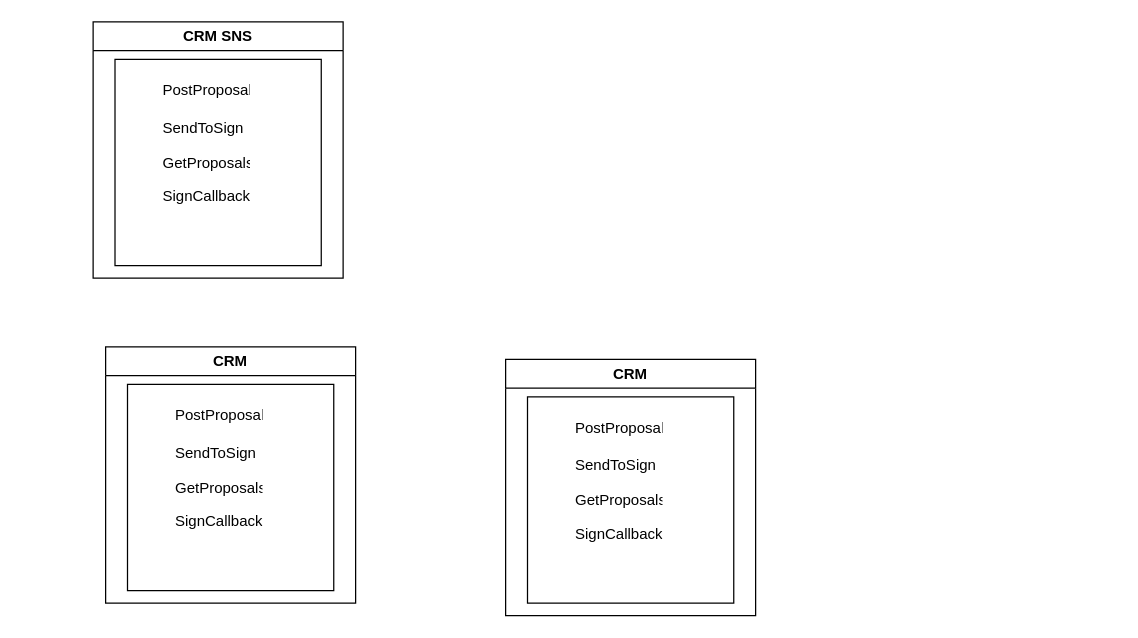
Earlier version of the draw.io diagram page "Architecture" (2 of 2) of CRM&Sign Project.drawio (ricodealma/dotnet-crm). Source tidied: cells renumbered, new cells numbered last; positions are measured from the earlier drawing's top-left corner, leaving out a move shared by most shapes. Both pictures are drawn from the tidied source at 125%, with x=0, y=0 at pixel (92, 21).
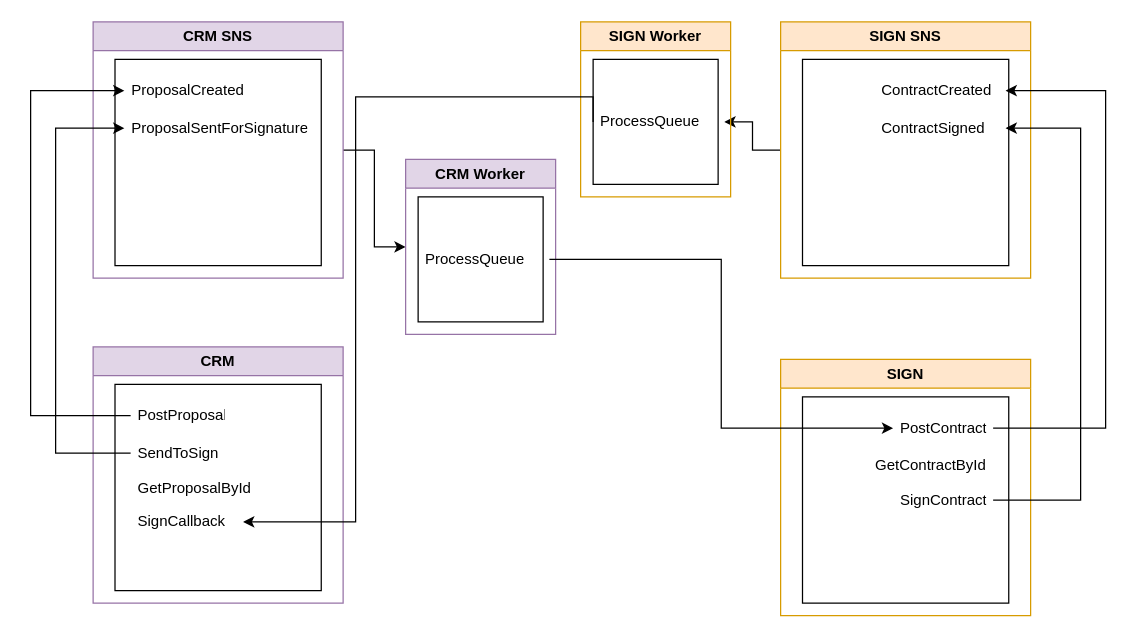
The same diagram, later.

Diff of the diagram source:
```diff
@@
-    <mxCell id="2" value="CRM" style="swimlane;whiteSpace=wrap;html=1;" parent="1" vertex="1">
-      <mxGeometry x="10" y="260" width="200" height="205" as="geometry" />
+    <mxCell id="2" value="CRM" style="swimlane;whiteSpace=wrap;html=1;fillColor=#e1d5e7;strokeColor=#9673a6;" parent="1" vertex="1">
+      <mxGeometry y="260" width="200" height="205" as="geometry" />
     </mxCell>
@@
     <mxCell id="4" value="PostProposal" style="text;strokeColor=none;fillColor=none;align=left;verticalAlign=middle;spacingLeft=4;spacingRight=4;overflow=hidden;points=[[0,0.5],[1,0.5]];portConstraint=eastwest;whiteSpace=wrap;html=1;" parent="2" vertex="1">
-      <mxGeometry x="50" y="40" width="80" height="30" as="geometry" />
+      <mxGeometry x="30" y="40" width="80" height="30" as="geometry" />
     </mxCell>
     <mxCell id="5" value="SendToSign" style="text;strokeColor=none;fillColor=none;align=left;verticalAlign=middle;spacingLeft=4;spacingRight=4;overflow=hidden;points=[[0,0.5],[1,0.5]];portConstraint=eastwest;whiteSpace=wrap;html=1;" parent="2" vertex="1">
-      <mxGeometry x="50" y="70" width="80" height="30" as="geometry" />
+      <mxGeometry x="30" y="70" width="80" height="30" as="geometry" />
     </mxCell>
-    <mxCell id="6" value="GetProposals" style="text;strokeColor=none;fillColor=none;align=left;verticalAlign=middle;spacingLeft=4;spacingRight=4;overflow=hidden;whiteSpace=wrap;html=1;" parent="2" vertex="1">
-      <mxGeometry x="50" y="98" width="80" height="30" as="geometry" />
+    <mxCell id="6" value="GetProposalById" style="text;strokeColor=none;fillColor=none;align=left;verticalAlign=middle;spacingLeft=4;spacingRight=4;overflow=hidden;whiteSpace=wrap;html=1;" parent="2" vertex="1">
+      <mxGeometry x="30" y="97.5" width="100" height="30" as="geometry" />
     </mxCell>
     <mxCell id="7" value="SignCallback" style="text;strokeColor=none;fillColor=none;align=left;verticalAlign=middle;spacingLeft=4;spacingRight=4;overflow=hidden;points=[[0,0.5],[1,0.5]];portConstraint=eastwest;whiteSpace=wrap;html=1;" parent="2" vertex="1">
-      <mxGeometry x="50" y="125" width="80" height="30" as="geometry" />
+      <mxGeometry x="30" y="125" width="90" height="30" as="geometry" />
     </mxCell>
-    <mxCell id="8" value="CRM" style="swimlane;whiteSpace=wrap;html=1;" parent="1" vertex="1">
-      <mxGeometry x="330" y="270" width="200" height="205" as="geometry" />
+    <mxCell id="8" value="SIGN" style="swimlane;whiteSpace=wrap;html=1;fillColor=#ffe6cc;strokeColor=#d79b00;" parent="1" vertex="1">
+      <mxGeometry x="550" y="270" width="200" height="205" as="geometry" />
     </mxCell>
@@
-    <mxCell id="10" value="PostProposal" style="text;strokeColor=none;fillColor=none;align=left;verticalAlign=middle;spacingLeft=4;spacingRight=4;overflow=hidden;points=[[0,0.5],[1,0.5]];portConstraint=eastwest;whiteSpace=wrap;html=1;" parent="8" vertex="1">
-      <mxGeometry x="50" y="40" width="80" height="30" as="geometry" />
+    <mxCell id="10" value="PostContract" style="text;strokeColor=none;fillColor=none;align=left;verticalAlign=middle;spacingLeft=4;spacingRight=4;overflow=hidden;points=[[0,0.5],[1,0.5]];portConstraint=eastwest;whiteSpace=wrap;html=1;" parent="8" vertex="1">
+      <mxGeometry x="90" y="40" width="80" height="30" as="geometry" />
     </mxCell>
-    <mxCell id="11" value="SendToSign" style="text;strokeColor=none;fillColor=none;align=left;verticalAlign=middle;spacingLeft=4;spacingRight=4;overflow=hidden;whiteSpace=wrap;html=1;" parent="8" vertex="1">
-      <mxGeometry x="50" y="70" width="80" height="30" as="geometry" />
+    <mxCell id="11" value="GetContractById" style="text;strokeColor=none;fillColor=none;align=left;verticalAlign=middle;spacingLeft=4;spacingRight=4;overflow=hidden;whiteSpace=wrap;html=1;" parent="8" vertex="1">
+      <mxGeometry x="70" y="70" width="100" height="30" as="geometry" />
     </mxCell>
-    <mxCell id="12" value="GetProposals" style="text;strokeColor=none;fillColor=none;align=left;verticalAlign=middle;spacingLeft=4;spacingRight=4;overflow=hidden;points=[[0,0.5],[1,0.5]];portConstraint=eastwest;whiteSpace=wrap;html=1;" parent="8" vertex="1">
-      <mxGeometry x="50" y="98" width="80" height="30" as="geometry" />
+    <mxCell id="12" value="SignContract" style="text;strokeColor=none;fillColor=none;align=left;verticalAlign=middle;spacingLeft=4;spacingRight=4;overflow=hidden;points=[[0,0.5],[1,0.5]];portConstraint=eastwest;whiteSpace=wrap;html=1;" parent="8" vertex="1">
+      <mxGeometry x="90" y="97.5" width="80" height="30" as="geometry" />
     </mxCell>
-    <mxCell id="13" value="SignCallback" style="text;strokeColor=none;fillColor=none;align=left;verticalAlign=middle;spacingLeft=4;spacingRight=4;overflow=hidden;whiteSpace=wrap;html=1;" parent="8" vertex="1">
-      <mxGeometry x="50" y="125" width="80" height="30" as="geometry" />
-    </mxCell>
+    <mxCell id="20" style="edgeStyle=orthogonalEdgeStyle;rounded=0;jettySize=auto;html=1;exitX=1;exitY=0.5;exitDx=0;exitDy=0;entryX=0;entryY=0.5;entryDx=0;entryDy=0;" parent="1" edge="1" source="14" target="30">
+      <mxGeometry relative="1" as="geometry" />
+    </mxCell>
-    <mxCell id="14" value="CRM SNS" style="swimlane;whiteSpace=wrap;html=1;" parent="1" vertex="1">
+    <mxCell id="14" value="CRM SNS" style="swimlane;whiteSpace=wrap;html=1;fillColor=#e1d5e7;strokeColor=#9673a6;" parent="1" vertex="1">
       <mxGeometry width="200" height="205" as="geometry" />
     </mxCell>
@@
-    <mxCell id="16" value="PostProposal" style="text;strokeColor=none;fillColor=none;align=left;verticalAlign=middle;spacingLeft=4;spacingRight=4;overflow=hidden;points=[[0,0.5],[1,0.5]];portConstraint=eastwest;whiteSpace=wrap;html=1;" parent="14" vertex="1">
-      <mxGeometry x="50" y="40" width="80" height="30" as="geometry" />
+    <mxCell id="16" value="ProposalCreated" style="text;strokeColor=none;fillColor=none;align=left;verticalAlign=middle;spacingLeft=4;spacingRight=4;overflow=hidden;points=[[0,0.5],[1,0.5]];portConstraint=eastwest;whiteSpace=wrap;html=1;" parent="14" vertex="1">
+      <mxGeometry x="25" y="40" width="105" height="30" as="geometry" />
     </mxCell>
-    <mxCell id="17" value="SendToSign" style="text;strokeColor=none;fillColor=none;align=left;verticalAlign=middle;spacingLeft=4;spacingRight=4;overflow=hidden;points=[[0,0.5],[1,0.5]];portConstraint=eastwest;whiteSpace=wrap;html=1;" parent="14" vertex="1">
-      <mxGeometry x="50" y="70" width="80" height="30" as="geometry" />
+    <mxCell id="17" value="ProposalSentForSignature" style="text;strokeColor=none;fillColor=none;align=left;verticalAlign=middle;spacingLeft=4;spacingRight=4;overflow=hidden;points=[[0,0.5],[1,0.5]];portConstraint=eastwest;whiteSpace=wrap;html=1;" parent="14" vertex="1">
+      <mxGeometry x="25" y="70" width="155" height="30" as="geometry" />
     </mxCell>
-    <mxCell id="18" value="GetProposals" style="text;strokeColor=none;fillColor=none;align=left;verticalAlign=middle;spacingLeft=4;spacingRight=4;overflow=hidden;whiteSpace=wrap;html=1;" parent="14" vertex="1">
-      <mxGeometry x="50" y="98" width="80" height="30" as="geometry" />
-    </mxCell>
-    <mxCell id="19" value="SignCallback" style="text;strokeColor=none;fillColor=none;align=left;verticalAlign=middle;spacingLeft=4;spacingRight=4;overflow=hidden;whiteSpace=wrap;html=1;" parent="14" vertex="1">
-      <mxGeometry x="50" y="125" width="80" height="30" as="geometry" />
-    </mxCell>
+    <mxCell id="21" style="edgeStyle=orthogonalEdgeStyle;rounded=0;jettySize=auto;html=1;entryX=1;entryY=0.5;entryDx=0;entryDy=0;" parent="1" edge="1" source="22" target="36">
+      <mxGeometry relative="1" as="geometry" />
+    </mxCell>
+    <mxCell id="22" value="SIGN SNS" style="swimlane;whiteSpace=wrap;html=1;fillColor=#ffe6cc;strokeColor=#d79b00;" parent="1" vertex="1">
+      <mxGeometry x="550" width="200" height="205" as="geometry" />
+    </mxCell>
+    <mxCell id="23" style="whiteSpace=wrap;html=1;" parent="22" vertex="1">
+      <mxGeometry x="17.5" y="30" width="165" height="165" as="geometry" />
+    </mxCell>
+    <mxCell id="24" value="ContractCreated" style="text;strokeColor=none;fillColor=none;align=left;verticalAlign=middle;spacingLeft=4;spacingRight=4;overflow=hidden;points=[[0,0.5],[1,0.5]];portConstraint=eastwest;whiteSpace=wrap;html=1;" parent="22" vertex="1">
+      <mxGeometry x="75" y="40" width="105" height="30" as="geometry" />
+    </mxCell>
+    <mxCell id="25" value="ContractSigned" style="text;strokeColor=none;fillColor=none;align=left;verticalAlign=middle;spacingLeft=4;spacingRight=4;overflow=hidden;points=[[0,0.5],[1,0.5]];portConstraint=eastwest;whiteSpace=wrap;html=1;" parent="22" vertex="1">
+      <mxGeometry x="75" y="70" width="105" height="30" as="geometry" />
+    </mxCell>
+    <mxCell id="26" style="edgeStyle=orthogonalEdgeStyle;rounded=0;jettySize=auto;html=1;exitX=0;exitY=0.5;exitDx=0;exitDy=0;entryX=0;entryY=0.5;entryDx=0;entryDy=0;" parent="1" edge="1" source="4" target="16">
+      <mxGeometry relative="1" as="geometry">
+        <Array as="points">
+          <mxPoint x="-50" y="315" />
+          <mxPoint x="-50" y="55" />
+        </Array>
+      </mxGeometry>
+    </mxCell>
+    <mxCell id="27" style="edgeStyle=orthogonalEdgeStyle;rounded=0;jettySize=auto;html=1;exitX=0;exitY=0.5;exitDx=0;exitDy=0;entryX=0;entryY=0.5;entryDx=0;entryDy=0;" parent="1" edge="1" source="5" target="17">
+      <mxGeometry relative="1" as="geometry">
+        <Array as="points">
+          <mxPoint x="-30" y="345" />
+          <mxPoint x="-30" y="85" />
+        </Array>
+      </mxGeometry>
+    </mxCell>
+    <mxCell id="28" style="edgeStyle=orthogonalEdgeStyle;rounded=0;jettySize=auto;html=1;entryX=1;entryY=0.5;entryDx=0;entryDy=0;exitX=1;exitY=0.5;exitDx=0;exitDy=0;" parent="1" edge="1" source="10" target="24">
+      <mxGeometry relative="1" as="geometry">
+        <Array as="points">
+          <mxPoint x="810" y="325" />
+          <mxPoint x="810" y="55" />
+        </Array>
+      </mxGeometry>
+    </mxCell>
+    <mxCell id="29" style="edgeStyle=orthogonalEdgeStyle;rounded=0;jettySize=auto;html=1;entryX=1;entryY=0.5;entryDx=0;entryDy=0;exitX=1;exitY=0.5;exitDx=0;exitDy=0;" parent="1" edge="1" source="12" target="25">
+      <mxGeometry relative="1" as="geometry">
+        <Array as="points">
+          <mxPoint x="790" y="383" />
+          <mxPoint x="790" y="85" />
+        </Array>
+      </mxGeometry>
+    </mxCell>
+    <mxCell id="30" value="CRM Worker" style="swimlane;whiteSpace=wrap;html=1;fillColor=#e1d5e7;strokeColor=#9673a6;" parent="1" vertex="1">
+      <mxGeometry x="250" y="110" width="120" height="140" as="geometry" />
+    </mxCell>
+    <mxCell id="31" style="whiteSpace=wrap;html=1;" parent="30" vertex="1">
+      <mxGeometry x="10" y="30" width="100" height="100" as="geometry" />
+    </mxCell>
+    <mxCell id="32" value="ProcessQueue" style="text;strokeColor=none;fillColor=none;align=left;verticalAlign=middle;spacingLeft=4;spacingRight=4;overflow=hidden;points=[[0,0.5],[1,0.5]];portConstraint=eastwest;whiteSpace=wrap;html=1;" parent="30" vertex="1">
+      <mxGeometry x="10" y="65" width="105" height="30" as="geometry" />
+    </mxCell>
+    <mxCell id="33" style="edgeStyle=orthogonalEdgeStyle;rounded=0;jettySize=auto;html=1;entryX=0;entryY=0.5;entryDx=0;entryDy=0;" parent="1" edge="1" source="32" target="10">
+      <mxGeometry relative="1" as="geometry" />
+    </mxCell>
+    <mxCell id="34" value="SIGN Worker" style="swimlane;whiteSpace=wrap;html=1;fillColor=#ffe6cc;strokeColor=#d79b00;" parent="1" vertex="1">
+      <mxGeometry x="390" width="120" height="140" as="geometry" />
+    </mxCell>
+    <mxCell id="35" style="whiteSpace=wrap;html=1;" parent="34" vertex="1">
+      <mxGeometry x="10" y="30" width="100" height="100" as="geometry" />
+    </mxCell>
+    <mxCell id="36" value="ProcessQueue" style="text;strokeColor=none;fillColor=none;align=left;verticalAlign=middle;spacingLeft=4;spacingRight=4;overflow=hidden;points=[[0,0.5],[1,0.5]];portConstraint=eastwest;whiteSpace=wrap;html=1;" parent="34" vertex="1">
+      <mxGeometry x="10" y="65" width="105" height="30" as="geometry" />
+    </mxCell>
+    <mxCell id="37" style="edgeStyle=orthogonalEdgeStyle;rounded=0;jettySize=auto;html=1;exitX=0;exitY=0.5;exitDx=0;exitDy=0;" parent="1" edge="1" source="36" target="7">
+      <mxGeometry relative="1" as="geometry">
+        <Array as="points">
+          <mxPoint x="400" y="60" />
+          <mxPoint x="210" y="60" />
+          <mxPoint x="210" y="400" />
+        </Array>
+      </mxGeometry>
+    </mxCell>
```
